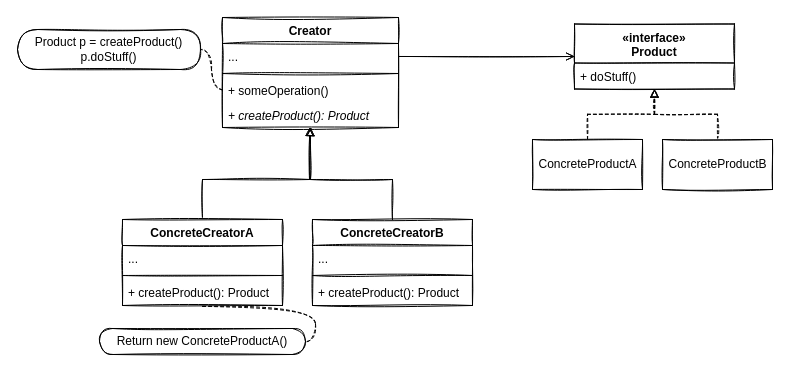
Before: page "Standard" (1 of 2) of src/01-FactoryMethod/UML.drawio in MangoPomelo/DesignPatternPractice, a draw.io diagram. Source tidied: cells renumbered, new cells numbered last; positions are measured from the earlier drawing's top-left corner, leaving out a move shared by most shapes. Both pictures are drawn from the tidied source at 100%, with x=0, y=0 at pixel (17, 17).
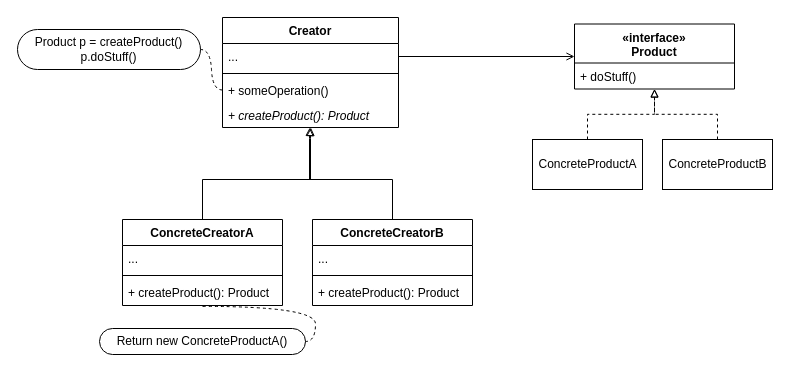
After the change.

What changed in the source:
```diff
@@
-    <mxCell id="2" value="Creator" style="swimlane;fontStyle=1;align=center;verticalAlign=top;horizontal=1;startSize=26;rounded=0;sketch=1;" parent="1" vertex="1">
+    <mxCell id="2" value="Creator" style="swimlane;fontStyle=1;align=center;verticalAlign=top;horizontal=1;startSize=26;rounded=0;" parent="1" vertex="1">
       <mxGeometry x="205" width="176" height="110" as="geometry" />
     </mxCell>
-    <mxCell id="3" value="..." style="text;strokeColor=none;fillColor=none;align=left;verticalAlign=top;spacingLeft=4;spacingRight=4;overflow=hidden;points=[[0,0.5],[1,0.5]];portConstraint=eastwest;rounded=0;sketch=1;" parent="2" vertex="1">
+    <mxCell id="3" value="..." style="text;strokeColor=none;fillColor=none;align=left;verticalAlign=top;spacingLeft=4;spacingRight=4;overflow=hidden;points=[[0,0.5],[1,0.5]];portConstraint=eastwest;rounded=0;" parent="2" vertex="1">
       <mxGeometry y="26" width="176" height="26" as="geometry" />
     </mxCell>
-    <mxCell id="4" style="line;strokeWidth=1;fillColor=none;align=left;verticalAlign=middle;spacingTop=-1;spacingLeft=3;spacingRight=3;labelPosition=right;rounded=0;sketch=1;" parent="2" vertex="1">
+    <mxCell id="4" style="line;strokeWidth=1;fillColor=none;align=left;verticalAlign=middle;spacingTop=-1;spacingLeft=3;spacingRight=3;labelPosition=right;rounded=0;" parent="2" vertex="1">
       <mxGeometry y="52" width="176" height="8" as="geometry" />
     </mxCell>
-    <mxCell id="5" value="+ someOperation()&#10;" style="text;strokeColor=none;fillColor=none;align=left;verticalAlign=top;spacingLeft=4;spacingRight=4;overflow=hidden;points=[[0,0.5],[1,0.5]];portConstraint=eastwest;rounded=0;sketch=1;fontStyle=0;" parent="2" vertex="1">
+    <mxCell id="5" value="+ someOperation()&#10;" style="text;strokeColor=none;fillColor=none;align=left;verticalAlign=top;spacingLeft=4;spacingRight=4;overflow=hidden;points=[[0,0.5],[1,0.5]];portConstraint=eastwest;rounded=0;fontStyle=0;" parent="2" vertex="1">
       <mxGeometry y="60" width="176" height="25" as="geometry" />
     </mxCell>
-    <mxCell id="6" value="+ createProduct(): Product" style="text;strokeColor=none;fillColor=none;align=left;verticalAlign=top;spacingLeft=4;spacingRight=4;overflow=hidden;points=[[0,0.5],[1,0.5]];portConstraint=eastwest;rounded=0;sketch=1;fontStyle=2;" parent="2" vertex="1">
+    <mxCell id="6" value="+ createProduct(): Product" style="text;strokeColor=none;fillColor=none;align=left;verticalAlign=top;spacingLeft=4;spacingRight=4;overflow=hidden;points=[[0,0.5],[1,0.5]];portConstraint=eastwest;rounded=0;fontStyle=2;" parent="2" vertex="1">
       <mxGeometry y="85" width="176" height="25" as="geometry" />
     </mxCell>
-    <mxCell id="7" style="edgeStyle=orthogonalEdgeStyle;rounded=0;html=1;exitX=0.5;exitY=0;exitDx=0;exitDy=0;endArrow=block;endFill=0;elbow=vertical;sketch=1;entryX=0.502;entryY=1.002;entryDx=0;entryDy=0;entryPerimeter=0;" parent="1" edge="1" source="8" target="6">
+    <mxCell id="7" style="edgeStyle=orthogonalEdgeStyle;rounded=0;html=1;exitX=0.5;exitY=0;exitDx=0;exitDy=0;endArrow=block;endFill=0;elbow=vertical;entryX=0.502;entryY=1.002;entryDx=0;entryDy=0;entryPerimeter=0;" parent="1" edge="1" source="8" target="6">
       <mxGeometry relative="1" as="geometry">
         <Array as="points">
           <mxPoint x="185" y="162" />
           <mxPoint x="293" y="162" />
           <mxPoint x="293" y="121" />
         </Array>
       </mxGeometry>
     </mxCell>
-    <mxCell id="8" value="ConcreteCreatorA" style="swimlane;fontStyle=1;align=center;verticalAlign=top;horizontal=1;startSize=26;rounded=0;sketch=1;" parent="1" vertex="1">
+    <mxCell id="8" value="ConcreteCreatorA" style="swimlane;fontStyle=1;align=center;verticalAlign=top;horizontal=1;startSize=26;rounded=0;" parent="1" vertex="1">
       <mxGeometry x="105" y="202" width="160" height="86" as="geometry" />
     </mxCell>
-    <mxCell id="9" value="..." style="text;strokeColor=none;fillColor=none;align=left;verticalAlign=top;spacingLeft=4;spacingRight=4;overflow=hidden;rounded=0;sketch=1;" parent="8" vertex="1">
+    <mxCell id="9" value="..." style="text;strokeColor=none;fillColor=none;align=left;verticalAlign=top;spacingLeft=4;spacingRight=4;overflow=hidden;rounded=0;" parent="8" vertex="1">
       <mxGeometry y="26" width="160" height="26" as="geometry" />
     </mxCell>
-    <mxCell id="10" style="line;strokeWidth=1;fillColor=none;align=left;verticalAlign=middle;spacingTop=-1;spacingLeft=3;spacingRight=3;labelPosition=right;rounded=0;sketch=1;" parent="8" vertex="1">
+    <mxCell id="10" style="line;strokeWidth=1;fillColor=none;align=left;verticalAlign=middle;spacingTop=-1;spacingLeft=3;spacingRight=3;labelPosition=right;rounded=0;" parent="8" vertex="1">
       <mxGeometry y="52" width="160" height="8" as="geometry" />
     </mxCell>
-    <mxCell id="11" value="+ createProduct(): Product" style="text;strokeColor=none;fillColor=none;align=left;verticalAlign=top;spacingLeft=4;spacingRight=4;overflow=hidden;points=[[0,0.5],[1,0.5]];portConstraint=eastwest;rounded=0;sketch=1;" parent="8" vertex="1">
+    <mxCell id="11" value="+ createProduct(): Product" style="text;strokeColor=none;fillColor=none;align=left;verticalAlign=top;spacingLeft=4;spacingRight=4;overflow=hidden;points=[[0,0.5],[1,0.5]];portConstraint=eastwest;rounded=0;" parent="8" vertex="1">
       <mxGeometry y="60" width="160" height="26" as="geometry" />
     </mxCell>
-    <mxCell id="12" style="edgeStyle=orthogonalEdgeStyle;rounded=0;html=1;exitX=0.5;exitY=0;exitDx=0;exitDy=0;endArrow=block;endFill=0;elbow=vertical;sketch=1;entryX=0.496;entryY=1.002;entryDx=0;entryDy=0;entryPerimeter=0;" parent="1" edge="1" source="13" target="6">
+    <mxCell id="12" style="edgeStyle=orthogonalEdgeStyle;rounded=0;html=1;exitX=0.5;exitY=0;exitDx=0;exitDy=0;endArrow=block;endFill=0;elbow=vertical;entryX=0.496;entryY=1.002;entryDx=0;entryDy=0;entryPerimeter=0;" parent="1" edge="1" source="13" target="6">
       <mxGeometry relative="1" as="geometry">
         <Array as="points">
           <mxPoint x="375" y="162" />
           <mxPoint x="292" y="162" />
           <mxPoint x="292" y="121" />
         </Array>
       </mxGeometry>
     </mxCell>
-    <mxCell id="13" value="ConcreteCreatorB" style="swimlane;fontStyle=1;align=center;verticalAlign=top;horizontal=1;startSize=26;rounded=0;sketch=1;" parent="1" vertex="1">
+    <mxCell id="13" value="ConcreteCreatorB" style="swimlane;fontStyle=1;align=center;verticalAlign=top;horizontal=1;startSize=26;rounded=0;" parent="1" vertex="1">
       <mxGeometry x="295" y="202" width="160" height="86" as="geometry" />
     </mxCell>
-    <mxCell id="14" value="..." style="text;strokeColor=none;fillColor=none;align=left;verticalAlign=top;spacingLeft=4;spacingRight=4;overflow=hidden;rounded=0;sketch=1;" parent="13" vertex="1">
+    <mxCell id="14" value="..." style="text;strokeColor=none;fillColor=none;align=left;verticalAlign=top;spacingLeft=4;spacingRight=4;overflow=hidden;rounded=0;" parent="13" vertex="1">
       <mxGeometry y="26" width="160" height="26" as="geometry" />
     </mxCell>
-    <mxCell id="15" style="line;strokeWidth=1;fillColor=none;align=left;verticalAlign=middle;spacingTop=-1;spacingLeft=3;spacingRight=3;labelPosition=right;rounded=0;sketch=1;" parent="13" vertex="1">
+    <mxCell id="15" style="line;strokeWidth=1;fillColor=none;align=left;verticalAlign=middle;spacingTop=-1;spacingLeft=3;spacingRight=3;labelPosition=right;rounded=0;" parent="13" vertex="1">
       <mxGeometry y="52" width="160" height="8" as="geometry" />
     </mxCell>
-    <mxCell id="16" value="+ createProduct(): Product" style="text;strokeColor=none;fillColor=none;align=left;verticalAlign=top;spacingLeft=4;spacingRight=4;overflow=hidden;rounded=0;sketch=1;" parent="13" vertex="1">
+    <mxCell id="16" value="+ createProduct(): Product" style="text;strokeColor=none;fillColor=none;align=left;verticalAlign=top;spacingLeft=4;spacingRight=4;overflow=hidden;rounded=0;" parent="13" vertex="1">
       <mxGeometry y="60" width="160" height="26" as="geometry" />
     </mxCell>
-    <mxCell id="17" style="edgeStyle=orthogonalEdgeStyle;rounded=0;html=1;exitX=1;exitY=0.5;exitDx=0;exitDy=0;entryX=0;entryY=0.5;entryDx=0;entryDy=0;endArrow=open;endFill=0;elbow=vertical;sketch=1;" parent="1" edge="1" source="3" target="26">
+    <mxCell id="17" style="edgeStyle=orthogonalEdgeStyle;rounded=0;html=1;exitX=1;exitY=0.5;exitDx=0;exitDy=0;entryX=0;entryY=0.5;entryDx=0;entryDy=0;endArrow=open;endFill=0;elbow=vertical;" parent="1" edge="1" source="3" target="26">
       <mxGeometry relative="1" as="geometry" />
     </mxCell>
-    <mxCell id="18" style="edgeStyle=orthogonalEdgeStyle;rounded=0;html=1;exitX=0.5;exitY=0;exitDx=0;exitDy=0;endArrow=block;endFill=0;elbow=vertical;dashed=1;sketch=1;entryX=0.5;entryY=1;entryDx=0;entryDy=0;entryPerimeter=0;" parent="1" edge="1" source="19" target="27">
+    <mxCell id="18" style="edgeStyle=orthogonalEdgeStyle;rounded=0;html=1;exitX=0.5;exitY=0;exitDx=0;exitDy=0;endArrow=block;endFill=0;elbow=vertical;dashed=1;entryX=0.5;entryY=1;entryDx=0;entryDy=0;entryPerimeter=0;" parent="1" edge="1" source="19" target="27">
       <mxGeometry relative="1" as="geometry" />
     </mxCell>
-    <mxCell id="19" value="ConcreteProductA" style="html=1;rounded=0;sketch=1;" parent="1" vertex="1">
+    <mxCell id="19" value="ConcreteProductA" style="html=1;rounded=0;" parent="1" vertex="1">
       <mxGeometry x="515" y="122" width="110" height="50" as="geometry" />
     </mxCell>
-    <mxCell id="20" style="edgeStyle=orthogonalEdgeStyle;rounded=0;html=1;exitX=0.5;exitY=0;exitDx=0;exitDy=0;dashed=1;endArrow=block;endFill=0;elbow=vertical;sketch=1;entryX=0.5;entryY=1;entryDx=0;entryDy=0;entryPerimeter=0;" parent="1" edge="1" source="21" target="27">
+    <mxCell id="20" style="edgeStyle=orthogonalEdgeStyle;rounded=0;html=1;exitX=0.5;exitY=0;exitDx=0;exitDy=0;dashed=1;endArrow=block;endFill=0;elbow=vertical;entryX=0.5;entryY=1;entryDx=0;entryDy=0;entryPerimeter=0;" parent="1" edge="1" source="21" target="27">
       <mxGeometry relative="1" as="geometry" />
     </mxCell>
-    <mxCell id="21" value="ConcreteProductB" style="html=1;rounded=0;sketch=1;" parent="1" vertex="1">
+    <mxCell id="21" value="ConcreteProductB" style="html=1;rounded=0;" parent="1" vertex="1">
       <mxGeometry x="645" y="122" width="110" height="50" as="geometry" />
     </mxCell>
-    <mxCell id="22" value="&lt;span&gt;Return new ConcreteProductA()&lt;/span&gt;" style="whiteSpace=wrap;html=1;rounded=1;arcSize=50;align=center;verticalAlign=middle;strokeWidth=1;spacing=4;newEdgeStyle={&quot;edgeStyle&quot;:&quot;entityRelationEdgeStyle&quot;,&quot;startArrow&quot;:&quot;none&quot;,&quot;endArrow&quot;:&quot;none&quot;,&quot;segment&quot;:10,&quot;curved&quot;:1};sketch=1;" parent="1" vertex="1">
+    <mxCell id="22" value="&lt;span&gt;Return new ConcreteProductA()&lt;/span&gt;" style="whiteSpace=wrap;html=1;rounded=1;arcSize=50;align=center;verticalAlign=middle;strokeWidth=1;spacing=4;newEdgeStyle={&quot;edgeStyle&quot;:&quot;entityRelationEdgeStyle&quot;,&quot;startArrow&quot;:&quot;none&quot;,&quot;endArrow&quot;:&quot;none&quot;,&quot;segment&quot;:10,&quot;curved&quot;:1};" parent="1" vertex="1">
       <mxGeometry x="82" y="311" width="206" height="26" as="geometry" />
     </mxCell>
-    <mxCell id="23" style="edgeStyle=entityRelationEdgeStyle;startArrow=none;endArrow=none;segment=10;curved=1;dashed=1;sketch=1;elbow=vertical;exitX=0.5;exitY=1.033;exitDx=0;exitDy=0;exitPerimeter=0;" parent="1" edge="1" source="11" target="22">
+    <mxCell id="23" style="edgeStyle=entityRelationEdgeStyle;startArrow=none;endArrow=none;segment=10;curved=1;dashed=1;elbow=vertical;exitX=0.5;exitY=1.033;exitDx=0;exitDy=0;exitPerimeter=0;" parent="1" edge="1" source="11" target="22">
       <mxGeometry relative="1" as="geometry" />
     </mxCell>
-    <mxCell id="24" value="Product p = createProduct()&lt;br&gt;p.doStuff()" style="whiteSpace=wrap;html=1;rounded=1;arcSize=50;align=center;verticalAlign=middle;strokeWidth=1;spacing=4;newEdgeStyle={&quot;edgeStyle&quot;:&quot;entityRelationEdgeStyle&quot;,&quot;startArrow&quot;:&quot;none&quot;,&quot;endArrow&quot;:&quot;none&quot;,&quot;segment&quot;:10,&quot;curved&quot;:1};sketch=1;" parent="1" vertex="1">
+    <mxCell id="24" value="Product p = createProduct()&lt;br&gt;p.doStuff()" style="whiteSpace=wrap;html=1;rounded=1;arcSize=50;align=center;verticalAlign=middle;strokeWidth=1;spacing=4;newEdgeStyle={&quot;edgeStyle&quot;:&quot;entityRelationEdgeStyle&quot;,&quot;startArrow&quot;:&quot;none&quot;,&quot;endArrow&quot;:&quot;none&quot;,&quot;segment&quot;:10,&quot;curved&quot;:1};" parent="1" vertex="1">
       <mxGeometry y="12" width="183" height="40" as="geometry" />
     </mxCell>
-    <mxCell id="25" style="edgeStyle=entityRelationEdgeStyle;startArrow=none;endArrow=none;segment=10;curved=1;dashed=1;sketch=1;elbow=vertical;entryX=1;entryY=0.5;entryDx=0;entryDy=0;exitX=0;exitY=0.5;exitDx=0;exitDy=0;" parent="1" edge="1" source="5" target="24">
+    <mxCell id="25" style="edgeStyle=entityRelationEdgeStyle;startArrow=none;endArrow=none;segment=10;curved=1;dashed=1;elbow=vertical;entryX=1;entryY=0.5;entryDx=0;entryDy=0;exitX=0;exitY=0.5;exitDx=0;exitDy=0;" parent="1" edge="1" source="5" target="24">
       <mxGeometry relative="1" as="geometry" />
     </mxCell>
-    <mxCell id="26" value="«interface»&#10;Product" style="swimlane;fontStyle=1;align=center;verticalAlign=top;horizontal=1;startSize=39;glass=0;sketch=1;" parent="1" vertex="1">
+    <mxCell id="26" value="«interface»&#10;Product" style="swimlane;fontStyle=1;align=center;verticalAlign=top;horizontal=1;startSize=39;glass=0;" parent="1" vertex="1">
       <mxGeometry x="557" y="6.5" width="160" height="65" as="geometry" />
     </mxCell>
-    <mxCell id="27" value="+ doStuff()" style="text;strokeColor=none;fillColor=none;align=left;verticalAlign=top;spacingLeft=4;spacingRight=4;overflow=hidden;points=[[0,0.5],[1,0.5]];portConstraint=eastwest;glass=0;sketch=1;" parent="26" vertex="1">
+    <mxCell id="27" value="+ doStuff()" style="text;strokeColor=none;fillColor=none;align=left;verticalAlign=top;spacingLeft=4;spacingRight=4;overflow=hidden;points=[[0,0.5],[1,0.5]];portConstraint=eastwest;glass=0;" parent="26" vertex="1">
       <mxGeometry y="39" width="160" height="26" as="geometry" />
     </mxCell>
```
